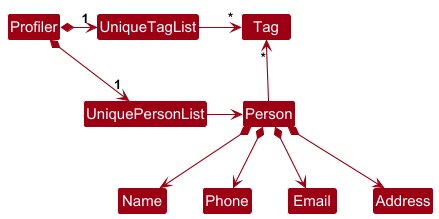
Before: docs/images/BetterModelClassDiagram.png, a diagram exported from PlantUML (swatirajesh277/tp).
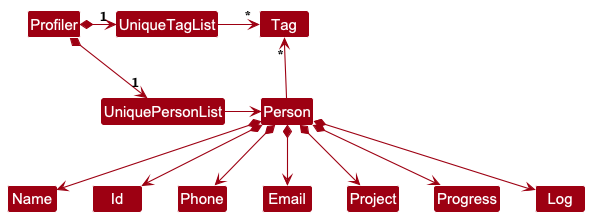
After the commit.

What changed in the source:
```diff
@@ -15,7 +15,10 @@
 Person -up-> "*" Tag
 
 Person *--> Name
+Person *--> Id
 Person *--> Phone
 Person *--> Email
-Person *--> Address
+Person *--> Project
+Person *--> Progress
+Person *--> Log
 @enduml
```
